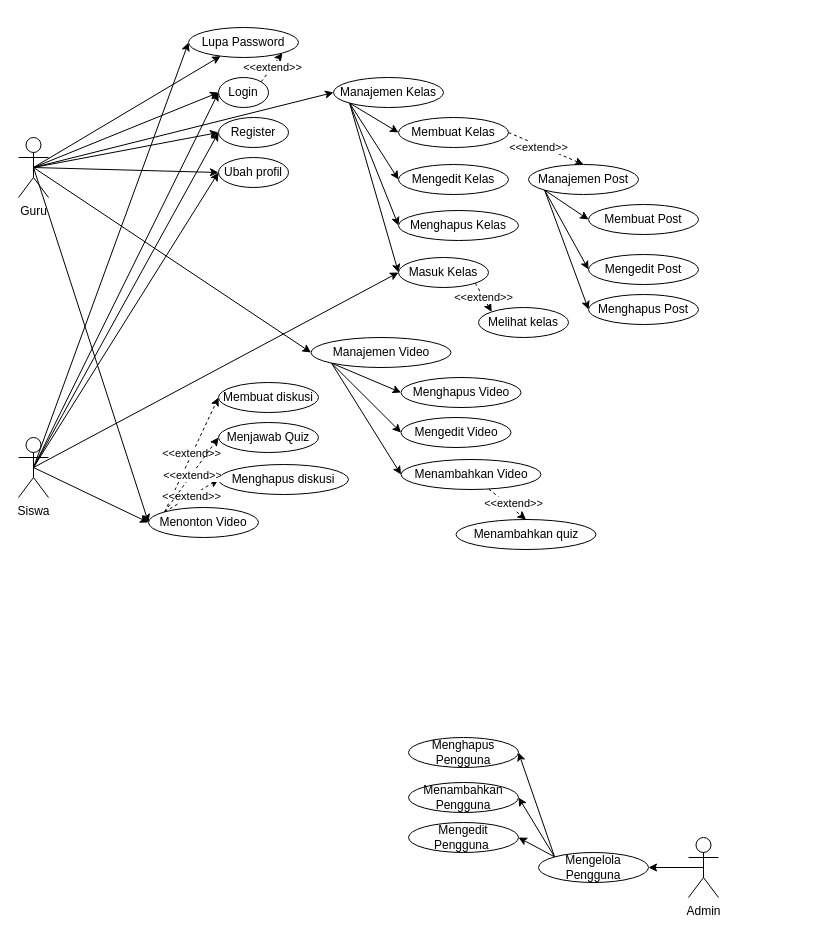
Above: page "Use Case Diagram" (1 of 5) of Diagrams for Skripsi.drawio in wicahma/Database-Design (draw.io), before the change. Source tidied: cells renumbered, new cells numbered last; positions are measured from the earlier drawing's top-left corner, leaving out a move shared by most shapes. Both pictures are drawn from the tidied source at 100%, with x=0, y=0 at pixel (18, 27).
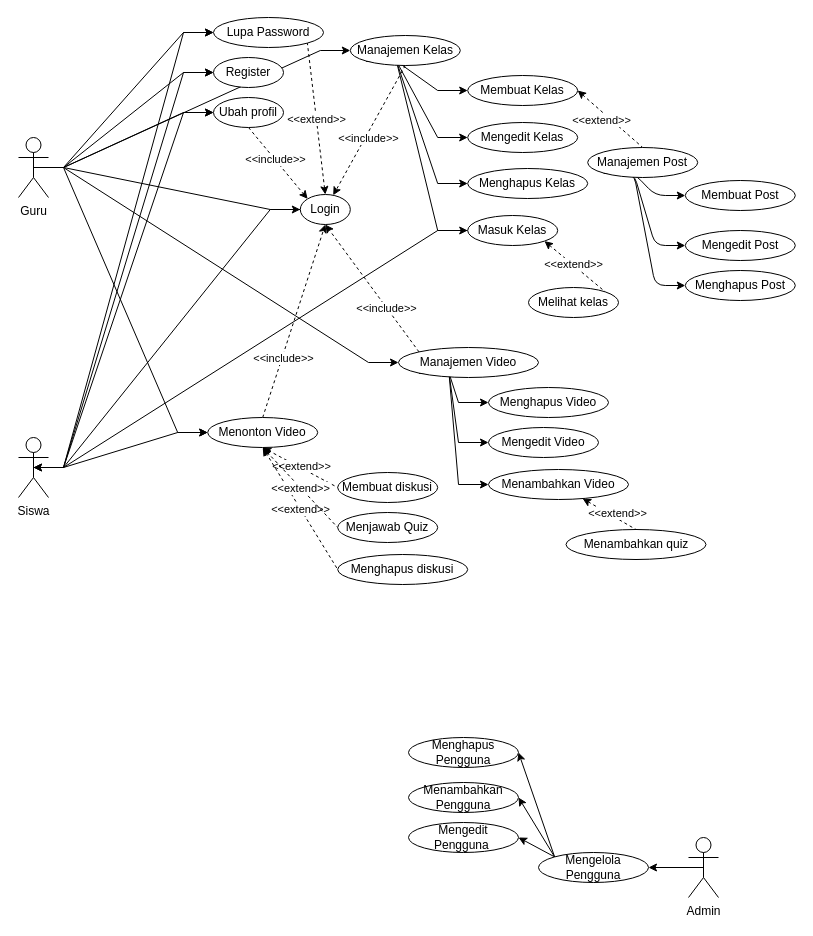
The same page after the edit.

Unchanged cells that the change refers to:
```xml
<mxCell id="27" value="Guru" style="shape=umlActor;verticalLabelPosition=bottom;verticalAlign=top;html=1;outlineConnect=0;" parent="1" vertex="1">
  <mxGeometry y="110" width="30" height="60" as="geometry" />
</mxCell>
<mxCell id="30" value="Siswa" style="shape=umlActor;verticalLabelPosition=bottom;verticalAlign=top;html=1;outlineConnect=0;" parent="1" vertex="1">
  <mxGeometry y="410" width="30" height="60" as="geometry" />
</mxCell>
```

What changed in the source:
```diff
@@
-    <mxCell id="2" style="rounded=0;jettySize=auto;html=1;exitX=0.5;exitY=0.5;exitDx=0;exitDy=0;exitPerimeter=0;entryX=0;entryY=0.5;entryDx=0;entryDy=0;" parent="1" edge="1" source="27" target="33">
+    <mxCell id="2" style="rounded=0;jettySize=auto;html=1;exitX=0.5;exitY=0.5;exitDx=0;exitDy=0;exitPerimeter=0;entryX=0;entryY=0.5;entryDx=0;entryDy=0;edgeStyle=entityRelationEdgeStyle;" parent="1" edge="1" source="27" target="33">
       <mxGeometry relative="1" as="geometry" />
     </mxCell>
-    <mxCell id="3" style="rounded=0;jettySize=auto;html=1;exitX=0.5;exitY=0.5;exitDx=0;exitDy=0;exitPerimeter=0;entryX=0;entryY=0.5;entryDx=0;entryDy=0;" parent="1" edge="1" source="27" target="19">
+    <mxCell id="3" style="rounded=0;jettySize=auto;html=1;exitX=0.5;exitY=0.5;exitDx=0;exitDy=0;exitPerimeter=0;entryX=0;entryY=0.5;entryDx=0;entryDy=0;edgeStyle=entityRelationEdgeStyle;" parent="1" edge="1" source="27" target="19">
       <mxGeometry relative="1" as="geometry" />
     </mxCell>
-    <mxCell id="4" style="rounded=0;jettySize=auto;html=1;exitX=0.5;exitY=0.5;exitDx=0;exitDy=0;exitPerimeter=0;" parent="1" edge="1" source="27" target="34">
+    <mxCell id="4" style="rounded=0;jettySize=auto;html=1;exitX=0.5;exitY=0.5;exitDx=0;exitDy=0;exitPerimeter=0;edgeStyle=entityRelationEdgeStyle;" parent="1" edge="1" source="27" target="34">
       <mxGeometry relative="1" as="geometry" />
     </mxCell>
-    <mxCell id="5" style="rounded=0;jettySize=auto;html=1;exitX=0;exitY=1;exitDx=0;exitDy=0;entryX=0;entryY=0.5;entryDx=0;entryDy=0;" parent="1" edge="1" source="61" target="39">
+    <mxCell id="5" style="rounded=0;jettySize=auto;html=1;exitX=0;exitY=1;exitDx=0;exitDy=0;entryX=0;entryY=0.5;entryDx=0;entryDy=0;edgeStyle=entityRelationEdgeStyle;" parent="1" edge="1" source="61" target="39">
       <mxGeometry relative="1" as="geometry" />
     </mxCell>
-    <mxCell id="6" style="rounded=0;jettySize=auto;html=1;exitX=0;exitY=1;exitDx=0;exitDy=0;entryX=0;entryY=0.5;entryDx=0;entryDy=0;" parent="1" edge="1" source="61" target="38">
+    <mxCell id="6" style="rounded=0;jettySize=auto;html=1;exitX=0;exitY=1;exitDx=0;exitDy=0;entryX=0;entryY=0.5;entryDx=0;entryDy=0;edgeStyle=entityRelationEdgeStyle;" parent="1" edge="1" source="61" target="38">
       <mxGeometry relative="1" as="geometry" />
     </mxCell>
-    <mxCell id="7" style="rounded=0;jettySize=auto;html=1;exitX=0;exitY=1;exitDx=0;exitDy=0;entryX=0;entryY=0.5;entryDx=0;entryDy=0;" parent="1" edge="1" source="61" target="68">
+    <mxCell id="7" style="rounded=0;jettySize=auto;html=1;exitX=0;exitY=1;exitDx=0;exitDy=0;entryX=0;entryY=0.5;entryDx=0;entryDy=0;edgeStyle=entityRelationEdgeStyle;" parent="1" edge="1" source="61" target="68">
       <mxGeometry relative="1" as="geometry" />
     </mxCell>
-    <mxCell id="8" style="rounded=0;jettySize=auto;html=1;exitX=0.5;exitY=0.5;exitDx=0;exitDy=0;exitPerimeter=0;entryX=0;entryY=0.5;entryDx=0;entryDy=0;" parent="1" edge="1" source="27" target="37">
+    <mxCell id="8" style="rounded=0;jettySize=auto;html=1;exitX=0.5;exitY=0.5;exitDx=0;exitDy=0;exitPerimeter=0;entryX=0;entryY=0.5;entryDx=0;entryDy=0;edgeStyle=entityRelationEdgeStyle;" parent="1" edge="1" source="27" target="37">
       <mxGeometry relative="1" as="geometry" />
     </mxCell>
-    <mxCell id="9" style="rounded=0;jettySize=auto;html=1;exitX=0;exitY=1;exitDx=0;exitDy=0;entryX=0;entryY=0.5;entryDx=0;entryDy=0;" parent="1" edge="1" source="64" target="45">
+    <mxCell id="9" style="rounded=0;jettySize=auto;html=1;exitX=0;exitY=1;exitDx=0;exitDy=0;entryX=0;entryY=0.5;entryDx=0;entryDy=0;edgeStyle=entityRelationEdgeStyle;" parent="1" edge="1" source="64" target="45">
       <mxGeometry relative="1" as="geometry" />
     </mxCell>
-    <mxCell id="10" style="rounded=0;jettySize=auto;html=1;exitX=0;exitY=1;exitDx=0;exitDy=0;entryX=0;entryY=0.5;entryDx=0;entryDy=0;" parent="1" edge="1" source="64" target="46">
+    <mxCell id="10" style="rounded=0;jettySize=auto;html=1;exitX=0;exitY=1;exitDx=0;exitDy=0;entryX=0;entryY=0.5;entryDx=0;entryDy=0;edgeStyle=entityRelationEdgeStyle;" parent="1" edge="1" source="64" target="46">
       <mxGeometry relative="1" as="geometry" />
     </mxCell>
-    <mxCell id="11" style="rounded=0;jettySize=auto;html=1;exitX=0;exitY=1;exitDx=0;exitDy=0;entryX=0;entryY=0.5;entryDx=0;entryDy=0;" parent="1" edge="1" source="64" target="47">
+    <mxCell id="11" style="rounded=0;jettySize=auto;html=1;exitX=0;exitY=1;exitDx=0;exitDy=0;entryX=0;entryY=0.5;entryDx=0;entryDy=0;edgeStyle=entityRelationEdgeStyle;" parent="1" edge="1" source="64" target="47">
       <mxGeometry relative="1" as="geometry" />
     </mxCell>
-    <mxCell id="12" style="rounded=0;jettySize=auto;html=1;exitX=0;exitY=1;exitDx=0;exitDy=0;entryX=0;entryY=0.5;entryDx=0;entryDy=0;" parent="1" edge="1" source="64" target="48">
+    <mxCell id="12" style="rounded=0;jettySize=auto;html=1;exitX=0;exitY=1;exitDx=0;exitDy=0;entryX=0;entryY=0.5;entryDx=0;entryDy=0;edgeStyle=entityRelationEdgeStyle;" parent="1" edge="1" source="64" target="48">
       <mxGeometry relative="1" as="geometry" />
     </mxCell>
-    <mxCell id="13" style="rounded=0;jettySize=auto;html=1;exitX=0.5;exitY=0.5;exitDx=0;exitDy=0;exitPerimeter=0;entryX=0;entryY=0.5;entryDx=0;entryDy=0;" parent="1" edge="1" source="30" target="19">
+    <mxCell id="13" style="rounded=0;jettySize=auto;html=1;exitX=0.5;exitY=0.5;exitDx=0;exitDy=0;exitPerimeter=0;entryX=0;entryY=0.5;entryDx=0;entryDy=0;edgeStyle=entityRelationEdgeStyle;endArrow=none;endFill=0;startArrow=classic;startFill=1;" parent="1" edge="1" source="30" target="19">
       <mxGeometry relative="1" as="geometry" />
     </mxCell>
-    <mxCell id="14" style="rounded=0;jettySize=auto;html=1;exitX=0.5;exitY=0.5;exitDx=0;exitDy=0;exitPerimeter=0;entryX=0;entryY=0.5;entryDx=0;entryDy=0;" parent="1" edge="1" source="30" target="34">
+    <mxCell id="14" style="rounded=0;jettySize=auto;html=1;exitX=0.5;exitY=0.5;exitDx=0;exitDy=0;exitPerimeter=0;entryX=0;entryY=0.5;entryDx=0;entryDy=0;edgeStyle=entityRelationEdgeStyle;" parent="1" edge="1" source="30" target="34">
       <mxGeometry relative="1" as="geometry" />
     </mxCell>
-    <mxCell id="15" style="rounded=0;jettySize=auto;html=1;exitX=0.5;exitY=0.5;exitDx=0;exitDy=0;exitPerimeter=0;entryX=0;entryY=0.5;entryDx=0;entryDy=0;" parent="1" edge="1" source="30" target="33">
+    <mxCell id="15" style="rounded=0;jettySize=auto;html=1;exitX=0.5;exitY=0.5;exitDx=0;exitDy=0;exitPerimeter=0;entryX=0;entryY=0.5;entryDx=0;entryDy=0;edgeStyle=entityRelationEdgeStyle;" parent="1" edge="1" source="30" target="33">
       <mxGeometry relative="1" as="geometry" />
     </mxCell>
-    <mxCell id="16" style="rounded=0;jettySize=auto;html=1;exitX=0.5;exitY=0.5;exitDx=0;exitDy=0;exitPerimeter=0;entryX=0;entryY=0.5;entryDx=0;entryDy=0;" parent="1" edge="1" source="30" target="48">
+    <mxCell id="16" style="rounded=0;jettySize=auto;html=1;exitX=0.5;exitY=0.5;exitDx=0;exitDy=0;exitPerimeter=0;entryX=0;entryY=0.5;entryDx=0;entryDy=0;edgeStyle=entityRelationEdgeStyle;endArrow=none;endFill=0;startArrow=classic;startFill=1;" parent="1" edge="1" source="30" target="48">
       <mxGeometry relative="1" as="geometry" />
     </mxCell>
-    <mxCell id="17" style="rounded=0;jettySize=auto;html=1;exitX=1;exitY=0;exitDx=0;exitDy=0;dashed=1;entryX=1;entryY=1;entryDx=0;entryDy=0;" parent="1" edge="1" source="19" target="34">
+    <mxCell id="17" style="rounded=0;jettySize=auto;html=1;exitX=0.5;exitY=0;exitDx=0;exitDy=0;dashed=1;entryX=1;entryY=1;entryDx=0;entryDy=0;startArrow=classic;startFill=1;endArrow=none;endFill=0;" parent="1" edge="1" source="19" target="34">
       <mxGeometry relative="1" as="geometry" />
     </mxCell>
@@
     <mxCell id="19" value="Login" style="ellipse;whiteSpace=wrap;html=1;" parent="1" vertex="1">
-      <mxGeometry x="200" y="50" width="50" height="30" as="geometry" />
+      <mxGeometry x="281.8" y="167" width="50" height="30" as="geometry" />
     </mxCell>
-    <mxCell id="20" style="edgeStyle=none;html=1;exitX=1;exitY=1;exitDx=0;exitDy=0;entryX=0;entryY=0;entryDx=0;entryDy=0;dashed=1;" parent="1" edge="1" source="48" target="50">
+    <mxCell id="20" style="edgeStyle=none;html=1;exitX=1;exitY=1;exitDx=0;exitDy=0;entryX=1;entryY=0;entryDx=0;entryDy=0;dashed=1;startArrow=classic;startFill=1;endArrow=none;endFill=0;" parent="1" edge="1" source="48" target="50">
       <mxGeometry relative="1" as="geometry" />
     </mxCell>
@@
-    <mxCell id="22" style="edgeStyle=none;html=1;exitX=0;exitY=1;exitDx=0;exitDy=0;entryX=0;entryY=0.5;entryDx=0;entryDy=0;" parent="1" edge="1" source="62" target="52">
+    <mxCell id="22" style="edgeStyle=entityRelationEdgeStyle;html=1;exitX=0;exitY=1;exitDx=0;exitDy=0;entryX=0;entryY=0.5;entryDx=0;entryDy=0;" parent="1" edge="1" source="62" target="52">
       <mxGeometry relative="1" as="geometry" />
     </mxCell>
-    <mxCell id="23" style="edgeStyle=none;html=1;exitX=0;exitY=1;exitDx=0;exitDy=0;entryX=0;entryY=0.5;entryDx=0;entryDy=0;" parent="1" edge="1" source="62" target="53">
+    <mxCell id="23" style="edgeStyle=entityRelationEdgeStyle;html=1;exitX=0;exitY=1;exitDx=0;exitDy=0;entryX=0;entryY=0.5;entryDx=0;entryDy=0;" parent="1" edge="1" source="62" target="53">
       <mxGeometry relative="1" as="geometry" />
     </mxCell>
-    <mxCell id="24" style="edgeStyle=none;html=1;exitX=0;exitY=1;exitDx=0;exitDy=0;entryX=0;entryY=0.5;entryDx=0;entryDy=0;" parent="1" edge="1" source="62" target="51">
+    <mxCell id="24" style="edgeStyle=entityRelationEdgeStyle;html=1;exitX=0;exitY=1;exitDx=0;exitDy=0;entryX=0;entryY=0.5;entryDx=0;entryDy=0;" parent="1" edge="1" source="62" target="51">
       <mxGeometry relative="1" as="geometry" />
     </mxCell>
-    <mxCell id="25" style="rounded=0;jettySize=auto;html=1;exitX=0.5;exitY=0.5;exitDx=0;exitDy=0;exitPerimeter=0;entryX=0;entryY=0.5;entryDx=0;entryDy=0;" parent="1" edge="1" source="27" target="61">
+    <mxCell id="25" style="rounded=0;jettySize=auto;html=1;exitX=0.5;exitY=0.5;exitDx=0;exitDy=0;exitPerimeter=0;entryX=0;entryY=0.5;entryDx=0;entryDy=0;edgeStyle=entityRelationEdgeStyle;" parent="1" edge="1" source="27" target="61">
       <mxGeometry relative="1" as="geometry" />
     </mxCell>
-    <mxCell id="26" style="rounded=0;jettySize=auto;html=1;exitX=0.5;exitY=0.5;exitDx=0;exitDy=0;exitPerimeter=0;entryX=0;entryY=0.5;entryDx=0;entryDy=0;" parent="1" edge="1" source="27" target="72">
+    <mxCell id="26" style="rounded=0;jettySize=auto;html=1;exitX=0.5;exitY=0.5;exitDx=0;exitDy=0;exitPerimeter=0;entryX=0;entryY=0.5;entryDx=0;entryDy=0;edgeStyle=entityRelationEdgeStyle;" parent="1" edge="1" source="27" target="72">
       <mxGeometry relative="1" as="geometry" />
     </mxCell>
@@
-    <mxCell id="28" style="rounded=0;jettySize=auto;html=1;exitX=0.5;exitY=0.5;exitDx=0;exitDy=0;exitPerimeter=0;entryX=0;entryY=0.5;entryDx=0;entryDy=0;" parent="1" edge="1" source="30" target="37">
+    <mxCell id="28" style="rounded=0;jettySize=auto;html=1;exitX=0.5;exitY=0.5;exitDx=0;exitDy=0;exitPerimeter=0;entryX=0;entryY=0.5;entryDx=0;entryDy=0;edgeStyle=entityRelationEdgeStyle;" parent="1" edge="1" source="30" target="37">
       <mxGeometry relative="1" as="geometry" />
     </mxCell>
-    <mxCell id="29" style="rounded=0;jettySize=auto;html=1;exitX=0.5;exitY=0.5;exitDx=0;exitDy=0;exitPerimeter=0;entryX=0;entryY=0.5;entryDx=0;entryDy=0;" parent="1" edge="1" source="30" target="72">
+    <mxCell id="29" style="rounded=0;jettySize=auto;html=1;exitX=0.5;exitY=0.5;exitDx=0;exitDy=0;exitPerimeter=0;entryX=0;entryY=0.5;entryDx=0;entryDy=0;edgeStyle=entityRelationEdgeStyle;" parent="1" edge="1" source="30" target="72">
       <mxGeometry relative="1" as="geometry" />
     </mxCell>
@@
-    <mxCell id="33" value="Register" style="ellipse;whiteSpace=wrap;html=1;" parent="1" vertex="1">
-      <mxGeometry x="200" y="90" width="70" height="30" as="geometry" />
-    </mxCell>
     <mxCell id="34" value="Lupa Password" style="ellipse;whiteSpace=wrap;html=1;" parent="1" vertex="1">
-      <mxGeometry x="170" width="110" height="30" as="geometry" />
+      <mxGeometry x="195" y="-10" width="110" height="30" as="geometry" />
     </mxCell>
-    <mxCell id="35" style="rounded=0;jettySize=auto;html=1;exitX=0;exitY=0;exitDx=0;exitDy=0;entryX=0;entryY=0.5;entryDx=0;entryDy=0;dashed=1;" parent="1" edge="1" source="37" target="42">
+    <mxCell id="35" style="rounded=0;jettySize=auto;html=1;exitX=0.5;exitY=1;exitDx=0;exitDy=0;entryX=0;entryY=0.5;entryDx=0;entryDy=0;dashed=1;endArrow=none;endFill=0;startArrow=classic;startFill=1;" parent="1" edge="1" source="37" target="42">
       <mxGeometry relative="1" as="geometry" />
     </mxCell>
@@
+    <mxCell id="73" style="rounded=0;jettySize=auto;html=1;exitX=0.5;exitY=0;exitDx=0;exitDy=0;entryX=0.5;entryY=1;entryDx=0;entryDy=0;dashed=1;" parent="1" edge="1" source="37" target="19">
+      <mxGeometry relative="1" as="geometry" />
+    </mxCell>
+    <mxCell id="74" value="&amp;lt;&amp;lt;include&amp;gt;&amp;gt;" style="edgeLabel;html=1;align=center;verticalAlign=middle;" parent="73" vertex="1">
+      <mxGeometry x="-0.38" y="-1" relative="1" as="geometry" />
+    </mxCell>
     <mxCell id="37" value="Menonton Video" style="ellipse;whiteSpace=wrap;html=1;" parent="1" vertex="1">
-      <mxGeometry x="130" y="480" width="110" height="30" as="geometry" />
+      <mxGeometry x="189.2" y="390" width="110" height="30" as="geometry" />
     </mxCell>
     <mxCell id="38" value="Menghapus Video" style="ellipse;whiteSpace=wrap;html=1;" parent="1" vertex="1">
-      <mxGeometry x="382.5" y="350" width="120" height="30" as="geometry" />
+      <mxGeometry x="470" y="360" width="120" height="30" as="geometry" />
     </mxCell>
     <mxCell id="39" value="Mengedit Video" style="ellipse;whiteSpace=wrap;html=1;" parent="1" vertex="1">
-      <mxGeometry x="382.5" y="390" width="110" height="30" as="geometry" />
+      <mxGeometry x="470" y="400" width="110" height="30" as="geometry" />
     </mxCell>
-    <mxCell id="40" style="edgeStyle=none;html=1;entryX=0.5;entryY=0;entryDx=0;entryDy=0;dashed=1;" parent="1" edge="1" source="68" target="49">
+    <mxCell id="40" style="edgeStyle=none;html=1;entryX=0.5;entryY=0;entryDx=0;entryDy=0;dashed=1;startArrow=classic;startFill=1;endArrow=none;endFill=0;" parent="1" edge="1" source="68" target="49">
       <mxGeometry relative="1" as="geometry" />
     </mxCell>
@@
     <mxCell id="42" value="Membuat diskusi" style="ellipse;whiteSpace=wrap;html=1;" parent="1" vertex="1">
-      <mxGeometry x="200" y="355" width="100" height="30" as="geometry" />
+      <mxGeometry x="319.2" y="445" width="100" height="30" as="geometry" />
     </mxCell>
-    <mxCell id="43" style="rounded=0;jettySize=auto;html=1;exitX=1;exitY=0.5;exitDx=0;exitDy=0;entryX=0.5;entryY=0;entryDx=0;entryDy=0;dashed=1;" parent="1" edge="1" source="45" target="62">
+    <mxCell id="43" style="rounded=0;jettySize=auto;html=1;exitX=1;exitY=0.5;exitDx=0;exitDy=0;entryX=0.5;entryY=0;entryDx=0;entryDy=0;dashed=1;startArrow=classic;startFill=1;endArrow=none;endFill=0;" parent="1" edge="1" source="45" target="62">
       <mxGeometry relative="1" as="geometry" />
     </mxCell>
@@
     <mxCell id="45" value="Membuat Kelas" style="ellipse;whiteSpace=wrap;html=1;fillColor=default;" parent="1" vertex="1">
-      <mxGeometry x="380" y="90" width="110" height="30" as="geometry" />
+      <mxGeometry x="449.2" y="48" width="110" height="30" as="geometry" />
     </mxCell>
     <mxCell id="46" value="Mengedit Kelas" style="ellipse;whiteSpace=wrap;html=1;fillColor=default;" parent="1" vertex="1">
-      <mxGeometry x="380" y="137" width="110" height="30" as="geometry" />
+      <mxGeometry x="449.2" y="95" width="110" height="30" as="geometry" />
     </mxCell>
     <mxCell id="47" value="Menghapus Kelas" style="ellipse;whiteSpace=wrap;html=1;fillColor=default;" parent="1" vertex="1">
-      <mxGeometry x="380" y="183" width="120" height="30" as="geometry" />
+      <mxGeometry x="449.2" y="141" width="120" height="30" as="geometry" />
     </mxCell>
     <mxCell id="48" value="Masuk Kelas" style="ellipse;whiteSpace=wrap;html=1;fillColor=default;" parent="1" vertex="1">
-      <mxGeometry x="380" y="230" width="90" height="30" as="geometry" />
+      <mxGeometry x="449.2" y="188" width="90" height="30" as="geometry" />
     </mxCell>
     <mxCell id="49" value="Menambahkan quiz" style="ellipse;whiteSpace=wrap;html=1;" parent="1" vertex="1">
-      <mxGeometry x="437.5" y="492" width="140" height="30" as="geometry" />
+      <mxGeometry x="547.5" y="502" width="140" height="30" as="geometry" />
     </mxCell>
     <mxCell id="50" value="Melihat kelas" style="ellipse;whiteSpace=wrap;html=1;fillColor=default;" parent="1" vertex="1">
-      <mxGeometry x="460" y="280" width="90" height="30" as="geometry" />
+      <mxGeometry x="510" y="260" width="90" height="30" as="geometry" />
     </mxCell>
     <mxCell id="51" value="Membuat Post" style="ellipse;whiteSpace=wrap;html=1;fillColor=default;" parent="1" vertex="1">
-      <mxGeometry x="570" y="177" width="110" height="30" as="geometry" />
+      <mxGeometry x="666.8" y="153" width="110" height="30" as="geometry" />
     </mxCell>
     <mxCell id="52" value="Mengedit Post" style="ellipse;whiteSpace=wrap;html=1;fillColor=default;" parent="1" vertex="1">
-      <mxGeometry x="570" y="227" width="110" height="30" as="geometry" />
+      <mxGeometry x="666.8" y="203" width="110" height="30" as="geometry" />
     </mxCell>
     <mxCell id="53" value="Menghapus Post" style="ellipse;whiteSpace=wrap;html=1;fillColor=default;" parent="1" vertex="1">
-      <mxGeometry x="570" y="267" width="110" height="30" as="geometry" />
+      <mxGeometry x="666.8" y="243" width="110" height="30" as="geometry" />
     </mxCell>
     <mxCell id="54" value="Menghapus diskusi" style="ellipse;whiteSpace=wrap;html=1;" parent="1" vertex="1">
-      <mxGeometry x="200" y="437" width="130" height="30" as="geometry" />
+      <mxGeometry x="319.2" y="527" width="130" height="30" as="geometry" />
     </mxCell>
-    <mxCell id="55" style="rounded=0;jettySize=auto;html=1;exitX=0;exitY=0;exitDx=0;exitDy=0;entryX=0;entryY=0.5;entryDx=0;entryDy=0;dashed=1;" parent="1" edge="1" source="37" target="54">
+    <mxCell id="55" style="rounded=0;jettySize=auto;html=1;exitX=0.5;exitY=1;exitDx=0;exitDy=0;entryX=0;entryY=0.5;entryDx=0;entryDy=0;dashed=1;endArrow=none;endFill=0;startArrow=classic;startFill=1;" parent="1" edge="1" source="37" target="54">
       <mxGeometry relative="1" as="geometry" />
     </mxCell>
@@
+    <mxCell id="75" style="rounded=0;jettySize=auto;html=1;exitX=0;exitY=0;exitDx=0;exitDy=0;entryX=0.5;entryY=1;entryDx=0;entryDy=0;dashed=1;" parent="1" edge="1" source="61" target="19">
+      <mxGeometry relative="1" as="geometry" />
+    </mxCell>
+    <mxCell id="76" value="&amp;lt;&amp;lt;include&amp;gt;&amp;gt;" style="edgeLabel;html=1;align=center;verticalAlign=middle;" parent="75" vertex="1">
+      <mxGeometry x="-0.3" relative="1" as="geometry" />
+    </mxCell>
     <mxCell id="61" value="Manajemen Video" style="ellipse;whiteSpace=wrap;html=1;" parent="1" vertex="1">
-      <mxGeometry x="292.5" y="310" width="140" height="30" as="geometry" />
+      <mxGeometry x="380" y="320" width="140" height="30" as="geometry" />
     </mxCell>
     <mxCell id="62" value="Manajemen Post" style="ellipse;whiteSpace=wrap;html=1;fillColor=default;" parent="1" vertex="1">
-      <mxGeometry x="510" y="137" width="110" height="30" as="geometry" />
+      <mxGeometry x="569.2" y="120" width="110" height="30" as="geometry" />
     </mxCell>
-    <mxCell id="63" style="rounded=0;jettySize=auto;html=1;exitX=0.5;exitY=0.5;exitDx=0;exitDy=0;exitPerimeter=0;entryX=0;entryY=0.5;entryDx=0;entryDy=0;" parent="1" edge="1" source="27" target="64">
+    <mxCell id="63" style="rounded=0;jettySize=auto;html=1;exitX=0.5;exitY=0.5;exitDx=0;exitDy=0;exitPerimeter=0;entryX=0;entryY=0.5;entryDx=0;entryDy=0;edgeStyle=entityRelationEdgeStyle;" parent="1" edge="1" source="27" target="64">
       <mxGeometry relative="1" as="geometry" />
     </mxCell>
+    <mxCell id="77" style="rounded=0;jettySize=auto;html=1;exitX=0.5;exitY=1;exitDx=0;exitDy=0;dashed=1;" parent="1" edge="1" source="64" target="19">
+      <mxGeometry relative="1" as="geometry" />
+    </mxCell>
+    <mxCell id="78" value="&amp;lt;&amp;lt;include&amp;gt;&amp;gt;" style="edgeLabel;html=1;align=center;verticalAlign=middle;" parent="77" vertex="1">
+      <mxGeometry x="0.52" y="1" relative="1" as="geometry">
+        <mxPoint x="17" y="-27" as="offset" />
+      </mxGeometry>
+    </mxCell>
     <mxCell id="64" value="Manajemen Kelas" style="ellipse;whiteSpace=wrap;html=1;fillColor=default;" parent="1" vertex="1">
-      <mxGeometry x="315" y="50" width="110" height="30" as="geometry" />
+      <mxGeometry x="331.8" y="8" width="110" height="30" as="geometry" />
     </mxCell>
@@
     <mxCell id="68" value="Menambahkan Video" style="ellipse;whiteSpace=wrap;html=1;" parent="1" vertex="1">
-      <mxGeometry x="382.5" y="432" width="140" height="30" as="geometry" />
+      <mxGeometry x="470" y="442" width="140" height="30" as="geometry" />
     </mxCell>
-    <mxCell id="69" style="rounded=0;jettySize=auto;html=1;exitX=0;exitY=0;exitDx=0;exitDy=0;dashed=1;entryX=0;entryY=0.5;entryDx=0;entryDy=0;" parent="1" edge="1" source="37" target="71">
+    <mxCell id="69" style="rounded=0;jettySize=auto;html=1;exitX=0.5;exitY=1;exitDx=0;exitDy=0;dashed=1;entryX=0;entryY=0.5;entryDx=0;entryDy=0;endArrow=none;endFill=0;startArrow=classic;startFill=1;" parent="1" edge="1" source="37" target="71">
       <mxGeometry relative="1" as="geometry" />
     </mxCell>
@@
     <mxCell id="71" value="Menjawab Quiz" style="ellipse;whiteSpace=wrap;html=1;" parent="1" vertex="1">
-      <mxGeometry x="200" y="395" width="100" height="30" as="geometry" />
+      <mxGeometry x="319.2" y="485" width="100" height="30" as="geometry" />
     </mxCell>
+    <mxCell id="79" style="rounded=0;jettySize=auto;html=1;exitX=0.5;exitY=1;exitDx=0;exitDy=0;entryX=0;entryY=0;entryDx=0;entryDy=0;dashed=1;" parent="1" edge="1" source="72" target="19">
+      <mxGeometry relative="1" as="geometry" />
+    </mxCell>
+    <mxCell id="80" value="&amp;lt;&amp;lt;include&amp;gt;&amp;gt;" style="edgeLabel;html=1;align=center;verticalAlign=middle;" parent="79" vertex="1">
+      <mxGeometry x="-0.12" relative="1" as="geometry" />
+    </mxCell>
     <mxCell id="72" value="Ubah profil" style="ellipse;whiteSpace=wrap;html=1;" parent="1" vertex="1">
-      <mxGeometry x="200" y="130" width="70" height="30" as="geometry" />
+      <mxGeometry x="195" y="70" width="70" height="30" as="geometry" />
     </mxCell>
+    <mxCell id="33" value="Register" style="ellipse;whiteSpace=wrap;html=1;" parent="1" vertex="1">
+      <mxGeometry x="195" y="30" width="70" height="30" as="geometry" />
+    </mxCell>
```
